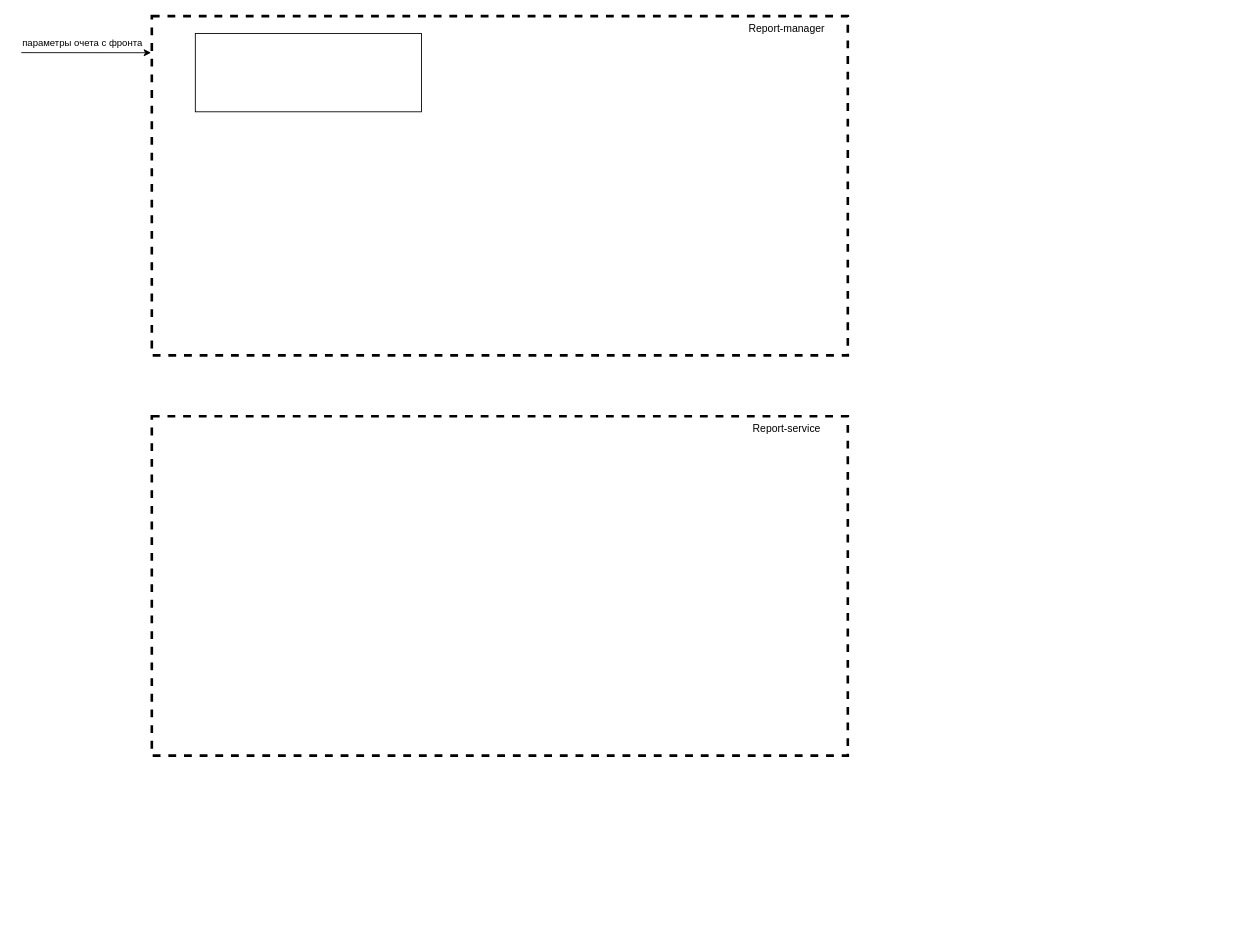
This is diagrams/Untitled Diagram.drawio from vvadegg/x5.fb, a draw.io file, before an edit. Source tidied: cells renumbered, new cells numbered last; positions are measured from the earlier drawing's top-left corner, leaving out a move shared by most shapes. Both pictures are drawn from the tidied source at 87%, with x=0, y=0 at pixel (21, 16).
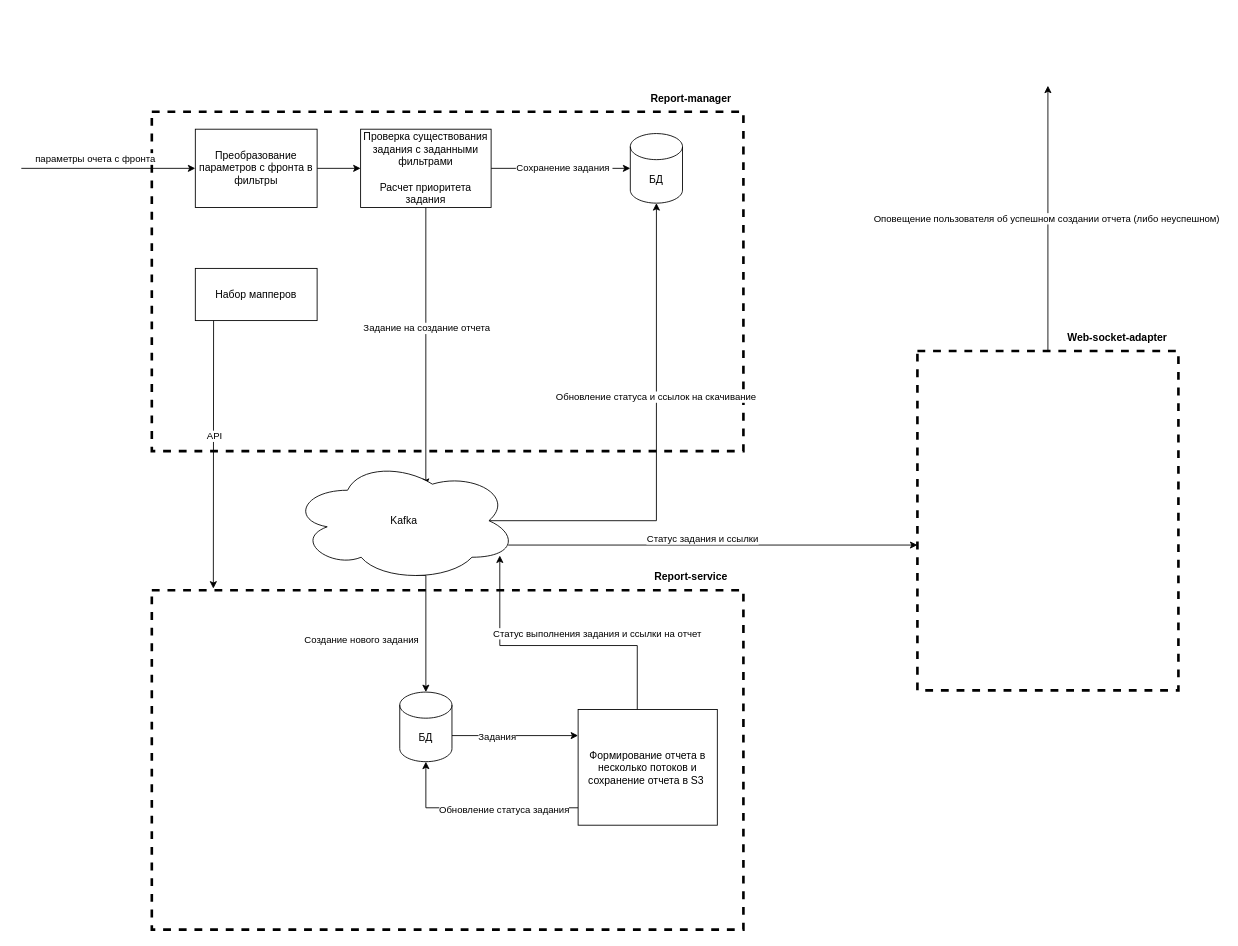
Above is the later version.

What changed in the source:
```diff
@@
     <mxCell id="2" style="rounded=0;whiteSpace=wrap;html=1;dashed=1;strokeColor=default;fillColor=none;strokeWidth=3;" parent="1" vertex="1">
-      <mxGeometry x="150" width="800" height="390" as="geometry" />
+      <mxGeometry x="150" y="110" width="680" height="390" as="geometry" />
     </mxCell>
-    <mxCell id="3" value="Report-manager" style="text;html=1;strokeColor=none;fillColor=none;align=center;verticalAlign=middle;whiteSpace=wrap;rounded=0;" parent="1" vertex="1">
-      <mxGeometry x="810" width="140" height="30" as="geometry" />
+    <mxCell id="3" value="Report-manager" style="text;html=1;strokeColor=none;fillColor=none;align=center;verticalAlign=middle;whiteSpace=wrap;rounded=0;fontStyle=1;" parent="1" vertex="1">
+      <mxGeometry x="700" y="80" width="140" height="30" as="geometry" />
     </mxCell>
     <mxCell id="4" style="rounded=0;whiteSpace=wrap;html=1;dashed=1;strokeColor=default;fillColor=none;strokeWidth=3;" parent="1" vertex="1">
-      <mxGeometry x="150" y="460" width="800" height="390" as="geometry" />
+      <mxGeometry x="150" y="660" width="680" height="390" as="geometry" />
     </mxCell>
-    <mxCell id="5" value="Report-service" style="text;html=1;strokeColor=none;fillColor=none;align=center;verticalAlign=middle;whiteSpace=wrap;rounded=0;" parent="1" vertex="1">
-      <mxGeometry x="810" y="460" width="140" height="30" as="geometry" />
+    <mxCell id="5" value="Report-service" style="text;html=1;strokeColor=none;fillColor=none;align=center;verticalAlign=middle;whiteSpace=wrap;rounded=0;fontStyle=1;" parent="1" vertex="1">
+      <mxGeometry x="700" y="630" width="140" height="30" as="geometry" />
     </mxCell>
-    <mxCell id="6" style="endArrow=classic;html=1;rounded=0;entryX=-0.001;entryY=0.108;entryDx=0;entryDy=0;entryPerimeter=0;" parent="1" edge="1" target="2">
+    <mxCell id="6" style="endArrow=classic;html=1;rounded=0;" parent="1" edge="1" target="8">
       <mxGeometry relative="1" as="geometry">
-        <mxPoint y="42" as="sourcePoint" />
+        <mxPoint y="175" as="sourcePoint" />
       </mxGeometry>
     </mxCell>
@@
+    <mxCell id="9" style="edgeStyle=orthogonalEdgeStyle;rounded=0;jettySize=auto;html=1;exitX=1;exitY=0.5;exitDx=0;exitDy=0;" parent="1" edge="1" source="8" target="16">
+      <mxGeometry relative="1" as="geometry" />
+    </mxCell>
-    <mxCell id="8" style="rounded=0;whiteSpace=wrap;html=1;strokeColor=default;strokeWidth=1;fillColor=default;" parent="1" vertex="1">
-      <mxGeometry x="200" y="20" width="260" height="90" as="geometry" />
+    <mxCell id="8" value="Преобразование параметров с фронта в фильтры" style="rounded=0;whiteSpace=wrap;html=1;strokeColor=default;strokeWidth=1;fillColor=default;" parent="1" vertex="1">
+      <mxGeometry x="200" y="130" width="140" height="90" as="geometry" />
     </mxCell>
+    <mxCell id="10" style="endArrow=classic;html=1;rounded=0;entryX=0.104;entryY=-0.005;entryDx=0;entryDy=0;entryPerimeter=0;exitX=0.15;exitY=0.993;exitDx=0;exitDy=0;exitPerimeter=0;" parent="1" edge="1" source="36" target="4">
+      <mxGeometry relative="1" as="geometry" />
+    </mxCell>
+    <mxCell id="11" value="API" style="edgeLabel;html=1;align=center;verticalAlign=middle;" parent="10" vertex="1">
+      <mxGeometry x="-0.14" y="1" relative="1" as="geometry" />
+    </mxCell>
+    <mxCell id="12" style="edgeStyle=orthogonalEdgeStyle;rounded=0;jettySize=auto;html=1;exitX=1;exitY=0.5;exitDx=0;exitDy=0;entryX=0;entryY=0.5;entryDx=0;entryDy=0;entryPerimeter=0;" parent="1" edge="1" source="16" target="17">
+      <mxGeometry relative="1" as="geometry" />
+    </mxCell>
+    <mxCell id="13" value="Сохранение задания&amp;nbsp;" style="edgeLabel;html=1;align=center;verticalAlign=middle;" parent="12" vertex="1">
+      <mxGeometry x="0.04" y="1" relative="1" as="geometry" />
+    </mxCell>
+    <mxCell id="14" style="edgeStyle=orthogonalEdgeStyle;rounded=0;jettySize=auto;html=1;entryX=0.596;entryY=0.214;entryDx=0;entryDy=0;entryPerimeter=0;" parent="1" edge="1" source="16" target="24">
+      <mxGeometry relative="1" as="geometry" />
+    </mxCell>
+    <mxCell id="15" value="Задание на создание отчета" style="edgeLabel;html=1;align=center;verticalAlign=middle;" parent="14" vertex="1">
+      <mxGeometry x="-0.14" y="1" relative="1" as="geometry" />
+    </mxCell>
+    <mxCell id="16" value="Проверка существования задания с заданными фильтрами&lt;br&gt;&lt;br&gt;Расчет приоритета задания" style="rounded=0;whiteSpace=wrap;html=1;" parent="1" vertex="1">
+      <mxGeometry x="390" y="130" width="150" height="90" as="geometry" />
+    </mxCell>
+    <mxCell id="17" value="БД" style="shape=cylinder3;whiteSpace=wrap;html=1;boundedLbl=1;backgroundOutline=1;size=15;" parent="1" vertex="1">
+      <mxGeometry x="700" y="135" width="60" height="80" as="geometry" />
+    </mxCell>
+    <mxCell id="18" style="edgeStyle=orthogonalEdgeStyle;rounded=0;jettySize=auto;html=1;exitX=0.55;exitY=0.95;exitDx=0;exitDy=0;exitPerimeter=0;entryX=0.5;entryY=0;entryDx=0;entryDy=0;entryPerimeter=0;" parent="1" edge="1" source="24" target="27">
+      <mxGeometry relative="1" as="geometry">
+        <Array as="points">
+          <mxPoint x="465" y="643" />
+        </Array>
+      </mxGeometry>
+    </mxCell>
+    <mxCell id="19" value="Создание нового задания" style="edgeLabel;html=1;align=center;verticalAlign=middle;" parent="18" vertex="1">
+      <mxGeometry x="0.17" y="1" relative="1" as="geometry">
+        <mxPoint x="-76" as="offset" />
+      </mxGeometry>
+    </mxCell>
+    <mxCell id="20" style="edgeStyle=orthogonalEdgeStyle;rounded=0;jettySize=auto;html=1;entryX=0.5;entryY=1;entryDx=0;entryDy=0;entryPerimeter=0;exitX=0.875;exitY=0.5;exitDx=0;exitDy=0;exitPerimeter=0;" parent="1" edge="1" source="24" target="17">
+      <mxGeometry relative="1" as="geometry" />
+    </mxCell>
+    <mxCell id="21" value="Обновление статуса и ссылок на скачивание&amp;nbsp;" style="edgeLabel;html=1;align=center;verticalAlign=middle;" parent="20" vertex="1">
+      <mxGeometry x="0.2" relative="1" as="geometry" />
+    </mxCell>
+    <mxCell id="22" style="edgeStyle=orthogonalEdgeStyle;rounded=0;jettySize=auto;html=1;exitX=0.96;exitY=0.7;exitDx=0;exitDy=0;exitPerimeter=0;" parent="1" edge="1" source="24" target="34">
+      <mxGeometry relative="1" as="geometry">
+        <Array as="points">
+          <mxPoint x="1110" y="608" />
+          <mxPoint x="1110" y="608" />
+        </Array>
+      </mxGeometry>
+    </mxCell>
+    <mxCell id="23" value="Статус задания и ссылки" style="edgeLabel;html=1;align=center;verticalAlign=middle;" parent="22" vertex="1">
+      <mxGeometry x="0.17" y="2" relative="1" as="geometry">
+        <mxPoint x="-52" y="-6" as="offset" />
+      </mxGeometry>
+    </mxCell>
+    <mxCell id="24" value="Kafka" style="ellipse;shape=cloud;whiteSpace=wrap;html=1;" parent="1" vertex="1">
+      <mxGeometry x="310" y="510" width="260" height="140" as="geometry" />
+    </mxCell>
+    <mxCell id="25" style="edgeStyle=orthogonalEdgeStyle;rounded=0;jettySize=auto;html=1;" parent="1" edge="1" source="27" target="32">
+      <mxGeometry relative="1" as="geometry">
+        <Array as="points">
+          <mxPoint x="550" y="827" />
+          <mxPoint x="550" y="827" />
+        </Array>
+      </mxGeometry>
+    </mxCell>
+    <mxCell id="26" value="Задания" style="edgeLabel;html=1;align=center;verticalAlign=middle;" parent="25" vertex="1">
+      <mxGeometry x="-0.3" relative="1" as="geometry" />
+    </mxCell>
+    <mxCell id="27" value="БД" style="shape=cylinder3;whiteSpace=wrap;html=1;boundedLbl=1;backgroundOutline=1;size=15;" parent="1" vertex="1">
+      <mxGeometry x="435" y="777" width="60" height="80" as="geometry" />
+    </mxCell>
+    <mxCell id="28" style="edgeStyle=orthogonalEdgeStyle;rounded=0;jettySize=auto;html=1;" parent="1" edge="1" source="32" target="27">
+      <mxGeometry relative="1" as="geometry">
+        <Array as="points">
+          <mxPoint x="465" y="910" />
+        </Array>
+      </mxGeometry>
+    </mxCell>
+    <mxCell id="29" value="Обновление статуса задания" style="edgeLabel;html=1;align=center;verticalAlign=middle;" parent="28" vertex="1">
+      <mxGeometry x="-0.25" y="1" relative="1" as="geometry" />
+    </mxCell>
+    <mxCell id="30" style="edgeStyle=orthogonalEdgeStyle;rounded=0;jettySize=auto;html=1;exitX=0.425;exitY=-0.001;exitDx=0;exitDy=0;exitPerimeter=0;entryX=0.923;entryY=0.786;entryDx=0;entryDy=0;entryPerimeter=0;" parent="1" edge="1" source="32" target="24">
+      <mxGeometry relative="1" as="geometry" />
+    </mxCell>
+    <mxCell id="31" value="Статус выполнения задания и ссылки на отчет" style="edgeLabel;html=1;align=center;verticalAlign=middle;" parent="30" vertex="1">
+      <mxGeometry x="0.09" y="-1" relative="1" as="geometry">
+        <mxPoint x="62" y="-13" as="offset" />
+      </mxGeometry>
+    </mxCell>
+    <mxCell id="32" value="Формирование отчета в несколько потоков и сохранение отчета в S3&amp;nbsp;" style="rounded=0;whiteSpace=wrap;html=1;" parent="1" vertex="1">
+      <mxGeometry x="640" y="797" width="160" height="133" as="geometry" />
+    </mxCell>
+    <mxCell id="33" value="Оповещение пользователя об успешном создании отчета (либо неуспешном)&amp;nbsp;" style="edgeStyle=orthogonalEdgeStyle;rounded=0;jettySize=auto;html=1;" parent="1" edge="1" source="34">
+      <mxGeometry relative="1" as="geometry">
+        <mxPoint x="1180" y="80" as="targetPoint" />
+      </mxGeometry>
+    </mxCell>
+    <mxCell id="34" style="rounded=0;whiteSpace=wrap;html=1;dashed=1;strokeColor=default;fillColor=none;strokeWidth=3;" parent="1" vertex="1">
+      <mxGeometry x="1030" y="385" width="300" height="390" as="geometry" />
+    </mxCell>
+    <mxCell id="35" value="Web-socket-adapter" style="text;html=1;strokeColor=none;fillColor=none;align=center;verticalAlign=middle;whiteSpace=wrap;rounded=0;fontStyle=1;" parent="1" vertex="1">
+      <mxGeometry x="1190" y="355" width="140" height="30" as="geometry" />
+    </mxCell>
+    <mxCell id="36" value="Набор мапперов" style="rounded=0;whiteSpace=wrap;html=1;" parent="1" vertex="1">
+      <mxGeometry x="200" y="290" width="140" height="60" as="geometry" />
+    </mxCell>
```
